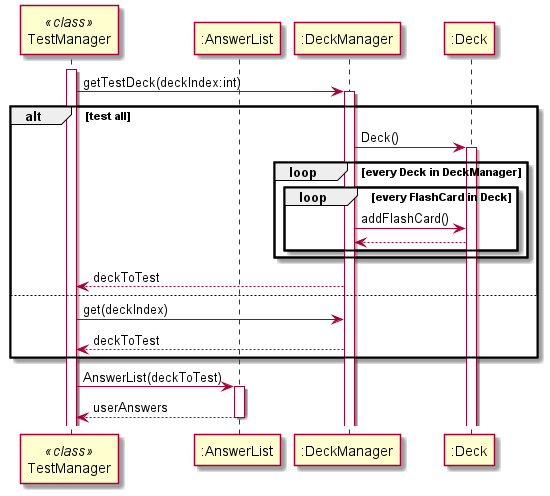
xkisxk/tp keeps this PlantUML diagram as docs/assets/getTestDeckSequenceDiagram.png. Above is the earlier version.
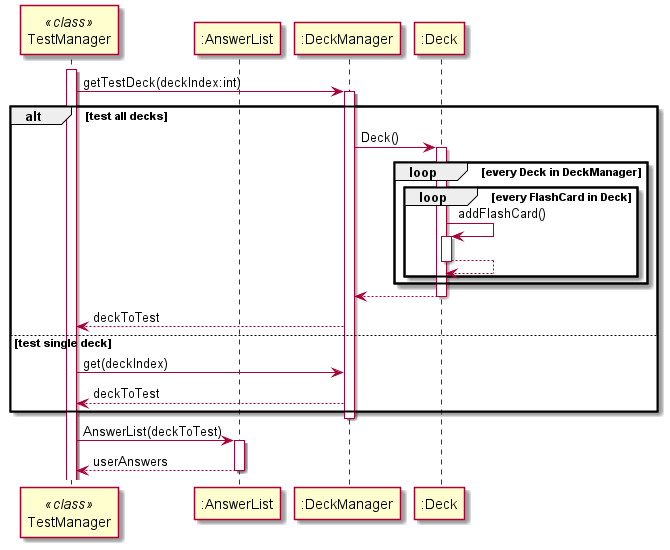
Later version of the same file.

Commit message:
Fixed errors in sequence diagrams

Diff of the diagram source:
```diff
@@ -9,21 +9,28 @@
 TestManager -> DeckManager : getTestDeck(deckIndex:int)
 activate DeckManager
 
-alt test all
+alt test all decks
 DeckManager -> Deck : Deck()
 activate Deck
 loop every Deck in DeckManager
 loop every FlashCard in Deck
-DeckManager -> Deck : addFlashCard()
-Deck --> DeckManager
+
+Deck -> Deck : addFlashCard()
+activate Deck
+Deck --> Deck
+deactivate Deck
+
 end
 end
+Deck --> DeckManager
+deactivate Deck
 DeckManager --> TestManager : deckToTest
 
-else
+else test single deck
 TestManager -> DeckManager : get(deckIndex)
 DeckManager --> TestManager : deckToTest
 end
+deactivate DeckManager
 
 TestManager -> AnswerList : AnswerList(deckToTest)
 activate AnswerList
```
